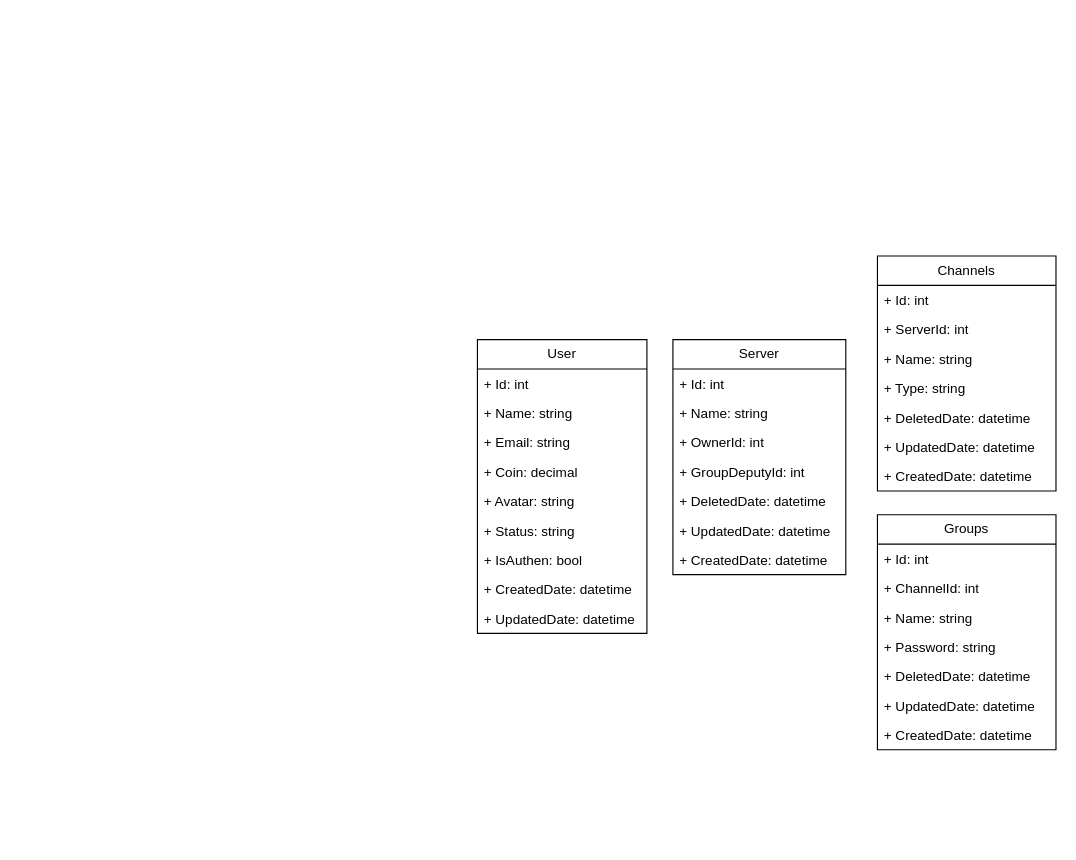
Earlier version of the draw.io diagram Database-Convox.drawio (RudeusGs/Convox). Source tidied: cells renumbered, new cells numbered last; positions are measured from the earlier drawing's top-left corner, leaving out a move shared by most shapes. Both pictures are drawn from the tidied source at 113%, with x=0, y=0 at pixel (477, 255).
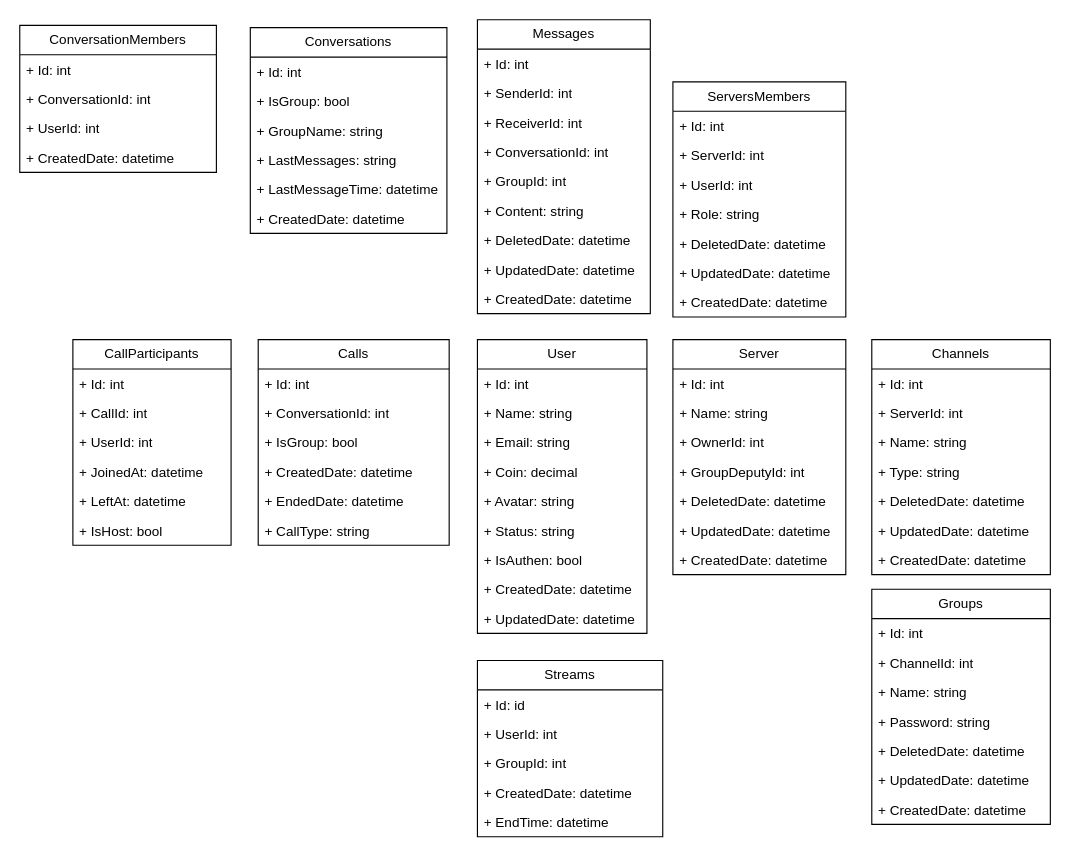
After the change.

Commit message:
Cập nhật Database-Convox.drawio

Change to the diagram source:
```diff
@@
     <mxCell id="20" value="Channels" style="swimlane;fontStyle=0;horizontal=1;startSize=26;fillColor=none;whiteSpace=wrap;html=1;" parent="1" vertex="1">
-      <mxGeometry x="354" width="158" height="208" as="geometry" />
+      <mxGeometry x="349" y="74" width="158" height="208" as="geometry" />
     </mxCell>
@@
     <mxCell id="28" value="Groups" style="swimlane;fontStyle=0;horizontal=1;startSize=26;fillColor=none;whiteSpace=wrap;html=1;" parent="1" vertex="1">
-      <mxGeometry x="354" y="229" width="158" height="208" as="geometry" />
+      <mxGeometry x="349" y="295" width="158" height="208" as="geometry" />
     </mxCell>
@@
+    <mxCell id="36" value="ServersMembers" style="swimlane;fontStyle=0;horizontal=1;startSize=26;fillColor=none;whiteSpace=wrap;html=1;" parent="1" vertex="1">
+      <mxGeometry x="173" y="-154" width="153" height="208" as="geometry" />
+    </mxCell>
+    <mxCell id="37" value="+ Id: int" style="text;strokeColor=none;fillColor=none;align=left;verticalAlign=top;spacingLeft=4;spacingRight=4;overflow=hidden;whiteSpace=wrap;html=1;" parent="36" vertex="1">
+      <mxGeometry y="26" width="153" height="26" as="geometry" />
+    </mxCell>
+    <mxCell id="38" value="+ ServerId: int" style="text;strokeColor=none;fillColor=none;align=left;verticalAlign=top;spacingLeft=4;spacingRight=4;overflow=hidden;whiteSpace=wrap;html=1;" parent="36" vertex="1">
+      <mxGeometry y="52" width="153" height="26" as="geometry" />
+    </mxCell>
+    <mxCell id="39" value="+ UserId: int" style="text;strokeColor=none;fillColor=none;align=left;verticalAlign=top;spacingLeft=4;spacingRight=4;overflow=hidden;whiteSpace=wrap;html=1;" parent="36" vertex="1">
+      <mxGeometry y="78" width="153" height="26" as="geometry" />
+    </mxCell>
+    <mxCell id="40" value="+ Role: string" style="text;strokeColor=none;fillColor=none;align=left;verticalAlign=top;spacingLeft=4;spacingRight=4;overflow=hidden;whiteSpace=wrap;html=1;" parent="36" vertex="1">
+      <mxGeometry y="104" width="153" height="26" as="geometry" />
+    </mxCell>
+    <mxCell id="41" value="&lt;div&gt;+ DeletedDate: datetime&lt;/div&gt;" style="text;strokeColor=none;fillColor=none;align=left;verticalAlign=top;spacingLeft=4;spacingRight=4;overflow=hidden;whiteSpace=wrap;html=1;" parent="36" vertex="1">
+      <mxGeometry y="130" width="153" height="26" as="geometry" />
+    </mxCell>
+    <mxCell id="42" value="&lt;div&gt;+ UpdatedDate: datetime&lt;/div&gt;" style="text;strokeColor=none;fillColor=none;align=left;verticalAlign=top;spacingLeft=4;spacingRight=4;overflow=hidden;whiteSpace=wrap;html=1;" parent="36" vertex="1">
+      <mxGeometry y="156" width="153" height="26" as="geometry" />
+    </mxCell>
+    <mxCell id="43" value="&lt;div&gt;+ CreatedDate: datetime&lt;/div&gt;" style="text;strokeColor=none;fillColor=none;align=left;verticalAlign=top;spacingLeft=4;spacingRight=4;overflow=hidden;whiteSpace=wrap;html=1;" parent="36" vertex="1">
+      <mxGeometry y="182" width="153" height="26" as="geometry" />
+    </mxCell>
+    <mxCell id="44" value="Messages" style="swimlane;fontStyle=0;horizontal=1;startSize=26;fillColor=none;whiteSpace=wrap;html=1;" parent="1" vertex="1">
+      <mxGeometry y="-209" width="153" height="260" as="geometry" />
+    </mxCell>
+    <mxCell id="45" value="+ Id: int" style="text;strokeColor=none;fillColor=none;align=left;verticalAlign=top;spacingLeft=4;spacingRight=4;overflow=hidden;whiteSpace=wrap;html=1;" parent="44" vertex="1">
+      <mxGeometry y="26" width="153" height="26" as="geometry" />
+    </mxCell>
+    <mxCell id="46" value="+ SenderId: int" style="text;strokeColor=none;fillColor=none;align=left;verticalAlign=top;spacingLeft=4;spacingRight=4;overflow=hidden;whiteSpace=wrap;html=1;" parent="44" vertex="1">
+      <mxGeometry y="52" width="153" height="26" as="geometry" />
+    </mxCell>
+    <mxCell id="47" value="+ ReceiverId: int" style="text;strokeColor=none;fillColor=none;align=left;verticalAlign=top;spacingLeft=4;spacingRight=4;overflow=hidden;whiteSpace=wrap;html=1;" parent="44" vertex="1">
+      <mxGeometry y="78" width="153" height="26" as="geometry" />
+    </mxCell>
+    <mxCell id="48" value="+ ConversationId: int" style="text;strokeColor=none;fillColor=none;align=left;verticalAlign=top;spacingLeft=4;spacingRight=4;overflow=hidden;whiteSpace=wrap;html=1;" parent="44" vertex="1">
+      <mxGeometry y="104" width="153" height="26" as="geometry" />
+    </mxCell>
+    <mxCell id="49" value="+ GroupId: int" style="text;strokeColor=none;fillColor=none;align=left;verticalAlign=top;spacingLeft=4;spacingRight=4;overflow=hidden;whiteSpace=wrap;html=1;" parent="44" vertex="1">
+      <mxGeometry y="130" width="153" height="26" as="geometry" />
+    </mxCell>
+    <mxCell id="50" value="+ Content: string" style="text;strokeColor=none;fillColor=none;align=left;verticalAlign=top;spacingLeft=4;spacingRight=4;overflow=hidden;whiteSpace=wrap;html=1;" parent="44" vertex="1">
+      <mxGeometry y="156" width="153" height="26" as="geometry" />
+    </mxCell>
+    <mxCell id="51" value="&lt;div&gt;+ DeletedDate: datetime&lt;/div&gt;" style="text;strokeColor=none;fillColor=none;align=left;verticalAlign=top;spacingLeft=4;spacingRight=4;overflow=hidden;whiteSpace=wrap;html=1;" parent="44" vertex="1">
+      <mxGeometry y="182" width="153" height="26" as="geometry" />
+    </mxCell>
+    <mxCell id="52" value="&lt;div&gt;+ UpdatedDate: datetime&lt;/div&gt;" style="text;strokeColor=none;fillColor=none;align=left;verticalAlign=top;spacingLeft=4;spacingRight=4;overflow=hidden;whiteSpace=wrap;html=1;" parent="44" vertex="1">
+      <mxGeometry y="208" width="153" height="26" as="geometry" />
+    </mxCell>
+    <mxCell id="53" value="&lt;div&gt;+ CreatedDate: datetime&lt;/div&gt;" style="text;strokeColor=none;fillColor=none;align=left;verticalAlign=top;spacingLeft=4;spacingRight=4;overflow=hidden;whiteSpace=wrap;html=1;" parent="44" vertex="1">
+      <mxGeometry y="234" width="153" height="26" as="geometry" />
+    </mxCell>
+    <mxCell id="54" value="Conversations" style="swimlane;fontStyle=0;horizontal=1;startSize=26;fillColor=none;whiteSpace=wrap;html=1;" parent="1" vertex="1">
+      <mxGeometry x="-201" y="-202" width="174" height="182" as="geometry" />
+    </mxCell>
+    <mxCell id="55" value="+ Id: int" style="text;strokeColor=none;fillColor=none;align=left;verticalAlign=top;spacingLeft=4;spacingRight=4;overflow=hidden;whiteSpace=wrap;html=1;" parent="54" vertex="1">
+      <mxGeometry y="26" width="174" height="26" as="geometry" />
+    </mxCell>
+    <mxCell id="56" value="+ IsGroup: bool" style="text;strokeColor=none;fillColor=none;align=left;verticalAlign=top;spacingLeft=4;spacingRight=4;overflow=hidden;whiteSpace=wrap;html=1;" parent="54" vertex="1">
+      <mxGeometry y="52" width="174" height="26" as="geometry" />
+    </mxCell>
+    <mxCell id="57" value="+ GroupName: string" style="text;strokeColor=none;fillColor=none;align=left;verticalAlign=top;spacingLeft=4;spacingRight=4;overflow=hidden;whiteSpace=wrap;html=1;" parent="54" vertex="1">
+      <mxGeometry y="78" width="174" height="26" as="geometry" />
+    </mxCell>
+    <mxCell id="58" value="&lt;div&gt;+ LastMessages: string&lt;/div&gt;" style="text;strokeColor=none;fillColor=none;align=left;verticalAlign=top;spacingLeft=4;spacingRight=4;overflow=hidden;whiteSpace=wrap;html=1;" parent="54" vertex="1">
+      <mxGeometry y="104" width="174" height="26" as="geometry" />
+    </mxCell>
+    <mxCell id="59" value="&lt;div&gt;+ LastMessageTime: datetime&lt;/div&gt;" style="text;strokeColor=none;fillColor=none;align=left;verticalAlign=top;spacingLeft=4;spacingRight=4;overflow=hidden;whiteSpace=wrap;html=1;" parent="54" vertex="1">
+      <mxGeometry y="130" width="174" height="26" as="geometry" />
+    </mxCell>
+    <mxCell id="60" value="&lt;div&gt;+ CreatedDate: datetime&lt;/div&gt;" style="text;strokeColor=none;fillColor=none;align=left;verticalAlign=top;spacingLeft=4;spacingRight=4;overflow=hidden;whiteSpace=wrap;html=1;" parent="54" vertex="1">
+      <mxGeometry y="156" width="174" height="26" as="geometry" />
+    </mxCell>
+    <mxCell id="61" value="ConversationMembers" style="swimlane;fontStyle=0;horizontal=1;startSize=26;fillColor=none;whiteSpace=wrap;html=1;" parent="1" vertex="1">
+      <mxGeometry x="-405" y="-204" width="174" height="130" as="geometry" />
+    </mxCell>
+    <mxCell id="62" value="+ Id: int" style="text;strokeColor=none;fillColor=none;align=left;verticalAlign=top;spacingLeft=4;spacingRight=4;overflow=hidden;whiteSpace=wrap;html=1;" parent="61" vertex="1">
+      <mxGeometry y="26" width="174" height="26" as="geometry" />
+    </mxCell>
+    <mxCell id="63" value="+ ConversationId: int" style="text;strokeColor=none;fillColor=none;align=left;verticalAlign=top;spacingLeft=4;spacingRight=4;overflow=hidden;whiteSpace=wrap;html=1;" parent="61" vertex="1">
+      <mxGeometry y="52" width="174" height="26" as="geometry" />
+    </mxCell>
+    <mxCell id="64" value="+ UserId: int" style="text;strokeColor=none;fillColor=none;align=left;verticalAlign=top;spacingLeft=4;spacingRight=4;overflow=hidden;whiteSpace=wrap;html=1;" parent="61" vertex="1">
+      <mxGeometry y="78" width="174" height="26" as="geometry" />
+    </mxCell>
+    <mxCell id="65" value="&lt;div&gt;+ CreatedDate: datetime&lt;/div&gt;" style="text;strokeColor=none;fillColor=none;align=left;verticalAlign=top;spacingLeft=4;spacingRight=4;overflow=hidden;whiteSpace=wrap;html=1;" parent="61" vertex="1">
+      <mxGeometry y="104" width="174" height="26" as="geometry" />
+    </mxCell>
+    <mxCell id="66" value="Calls" style="swimlane;fontStyle=0;horizontal=1;startSize=26;fillColor=none;whiteSpace=wrap;html=1;" parent="1" vertex="1">
+      <mxGeometry x="-194" y="74" width="169" height="182" as="geometry" />
+    </mxCell>
+    <mxCell id="67" value="+ Id: int" style="text;strokeColor=none;fillColor=none;align=left;verticalAlign=top;spacingLeft=4;spacingRight=4;overflow=hidden;whiteSpace=wrap;html=1;" parent="66" vertex="1">
+      <mxGeometry y="26" width="169" height="26" as="geometry" />
+    </mxCell>
+    <mxCell id="68" value="+ ConversationId: int" style="text;strokeColor=none;fillColor=none;align=left;verticalAlign=top;spacingLeft=4;spacingRight=4;overflow=hidden;whiteSpace=wrap;html=1;" parent="66" vertex="1">
+      <mxGeometry y="52" width="169" height="26" as="geometry" />
+    </mxCell>
+    <mxCell id="69" value="+ IsGroup: bool" style="text;strokeColor=none;fillColor=none;align=left;verticalAlign=top;spacingLeft=4;spacingRight=4;overflow=hidden;whiteSpace=wrap;html=1;" parent="66" vertex="1">
+      <mxGeometry y="78" width="169" height="26" as="geometry" />
+    </mxCell>
+    <mxCell id="70" value="&lt;div&gt;+ CreatedDate: datetime&lt;/div&gt;" style="text;strokeColor=none;fillColor=none;align=left;verticalAlign=top;spacingLeft=4;spacingRight=4;overflow=hidden;whiteSpace=wrap;html=1;" parent="66" vertex="1">
+      <mxGeometry y="104" width="169" height="26" as="geometry" />
+    </mxCell>
+    <mxCell id="71" value="&lt;div&gt;+ EndedDate: datetime&lt;/div&gt;" style="text;strokeColor=none;fillColor=none;align=left;verticalAlign=top;spacingLeft=4;spacingRight=4;overflow=hidden;whiteSpace=wrap;html=1;" parent="66" vertex="1">
+      <mxGeometry y="130" width="169" height="26" as="geometry" />
+    </mxCell>
+    <mxCell id="72" value="&lt;div&gt;+ CallType: string&lt;/div&gt;" style="text;strokeColor=none;fillColor=none;align=left;verticalAlign=top;spacingLeft=4;spacingRight=4;overflow=hidden;whiteSpace=wrap;html=1;" parent="66" vertex="1">
+      <mxGeometry y="156" width="169" height="26" as="geometry" />
+    </mxCell>
+    <mxCell id="73" value="CallParticipants" style="swimlane;fontStyle=0;horizontal=1;startSize=26;fillColor=none;whiteSpace=wrap;html=1;" parent="1" vertex="1">
+      <mxGeometry x="-358" y="74" width="140" height="182" as="geometry" />
+    </mxCell>
+    <mxCell id="74" value="+ Id: int" style="text;strokeColor=none;fillColor=none;align=left;verticalAlign=top;spacingLeft=4;spacingRight=4;overflow=hidden;whiteSpace=wrap;html=1;" parent="73" vertex="1">
+      <mxGeometry y="26" width="140" height="26" as="geometry" />
+    </mxCell>
+    <mxCell id="75" value="+ CallId: int" style="text;strokeColor=none;fillColor=none;align=left;verticalAlign=top;spacingLeft=4;spacingRight=4;overflow=hidden;whiteSpace=wrap;html=1;" parent="73" vertex="1">
+      <mxGeometry y="52" width="140" height="26" as="geometry" />
+    </mxCell>
+    <mxCell id="76" value="+ UserId: int" style="text;strokeColor=none;fillColor=none;align=left;verticalAlign=top;spacingLeft=4;spacingRight=4;overflow=hidden;whiteSpace=wrap;html=1;" parent="73" vertex="1">
+      <mxGeometry y="78" width="140" height="26" as="geometry" />
+    </mxCell>
+    <mxCell id="77" value="+ JoinedAt: datetime" style="text;strokeColor=none;fillColor=none;align=left;verticalAlign=top;spacingLeft=4;spacingRight=4;overflow=hidden;whiteSpace=wrap;html=1;" parent="73" vertex="1">
+      <mxGeometry y="104" width="140" height="26" as="geometry" />
+    </mxCell>
+    <mxCell id="78" value="+ LeftAt: datetime" style="text;strokeColor=none;fillColor=none;align=left;verticalAlign=top;spacingLeft=4;spacingRight=4;overflow=hidden;whiteSpace=wrap;html=1;" parent="73" vertex="1">
+      <mxGeometry y="130" width="140" height="26" as="geometry" />
+    </mxCell>
+    <mxCell id="79" value="+ IsHost: bool" style="text;strokeColor=none;fillColor=none;align=left;verticalAlign=top;spacingLeft=4;spacingRight=4;overflow=hidden;whiteSpace=wrap;html=1;" parent="73" vertex="1">
+      <mxGeometry y="156" width="140" height="26" as="geometry" />
+    </mxCell>
+    <mxCell id="80" value="Streams" style="swimlane;fontStyle=0;horizontal=1;startSize=26;fillColor=none;whiteSpace=wrap;html=1;" parent="1" vertex="1">
+      <mxGeometry y="358" width="164" height="156" as="geometry" />
+    </mxCell>
+    <mxCell id="81" value="+ Id: id" style="text;strokeColor=none;fillColor=none;align=left;verticalAlign=top;spacingLeft=4;spacingRight=4;overflow=hidden;whiteSpace=wrap;html=1;" parent="80" vertex="1">
+      <mxGeometry y="26" width="164" height="26" as="geometry" />
+    </mxCell>
+    <mxCell id="82" value="+ UserId: int" style="text;strokeColor=none;fillColor=none;align=left;verticalAlign=top;spacingLeft=4;spacingRight=4;overflow=hidden;whiteSpace=wrap;html=1;" parent="80" vertex="1">
+      <mxGeometry y="52" width="164" height="26" as="geometry" />
+    </mxCell>
+    <mxCell id="83" value="+ GroupId: int" style="text;strokeColor=none;fillColor=none;align=left;verticalAlign=top;spacingLeft=4;spacingRight=4;overflow=hidden;whiteSpace=wrap;html=1;" parent="80" vertex="1">
+      <mxGeometry y="78" width="164" height="26" as="geometry" />
+    </mxCell>
+    <mxCell id="84" value="+ CreatedDate: datetime" style="text;strokeColor=none;fillColor=none;align=left;verticalAlign=top;spacingLeft=4;spacingRight=4;overflow=hidden;whiteSpace=wrap;html=1;" parent="80" vertex="1">
+      <mxGeometry y="104" width="164" height="26" as="geometry" />
+    </mxCell>
+    <mxCell id="85" value="+ EndTime: datetime" style="text;strokeColor=none;fillColor=none;align=left;verticalAlign=top;spacingLeft=4;spacingRight=4;overflow=hidden;whiteSpace=wrap;html=1;" parent="80" vertex="1">
+      <mxGeometry y="130" width="164" height="26" as="geometry" />
+    </mxCell>
```
